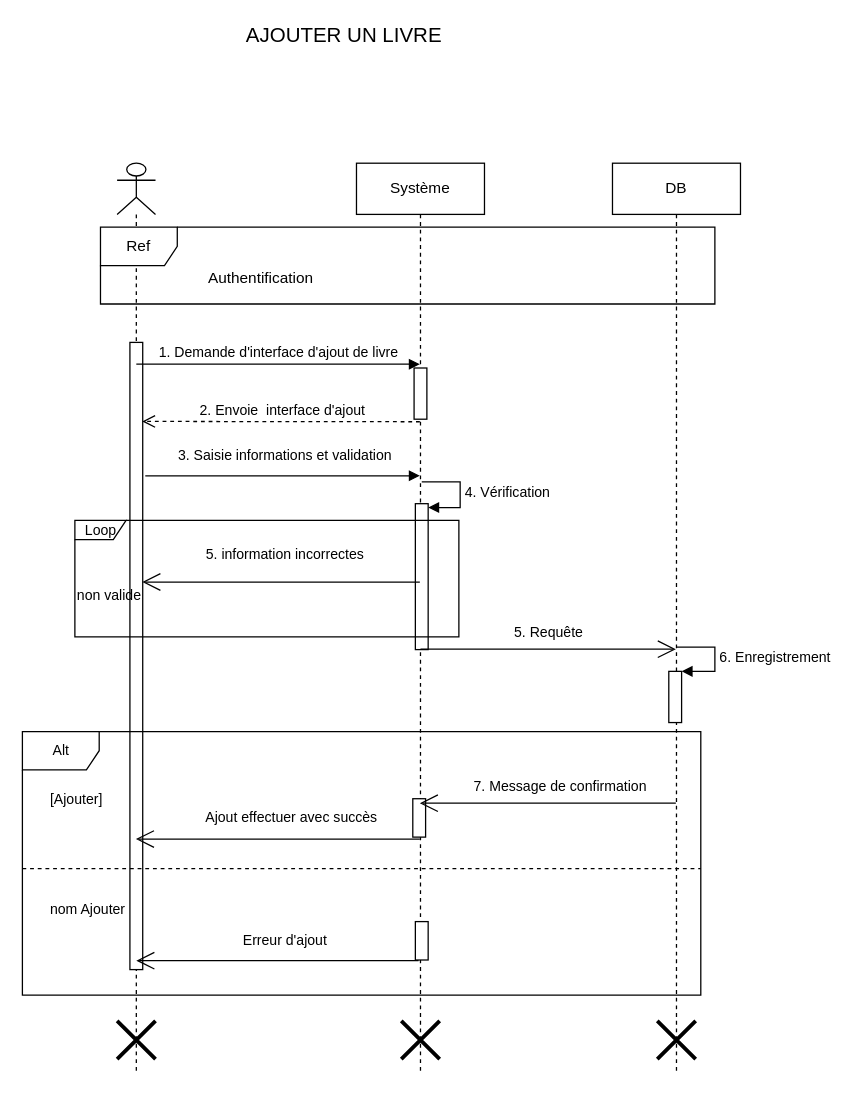
Before: page "Ajouter de livres" (9 of 17) of Untitled Diagram.drawio in keidy001/virtual-biblio, a draw.io diagram. Source tidied: cells renumbered, new cells numbered last; positions are measured from the earlier drawing's top-left corner, leaving out a move shared by most shapes. Both pictures are drawn from the tidied source at 128%, with x=0, y=0 at pixel (22, 22).
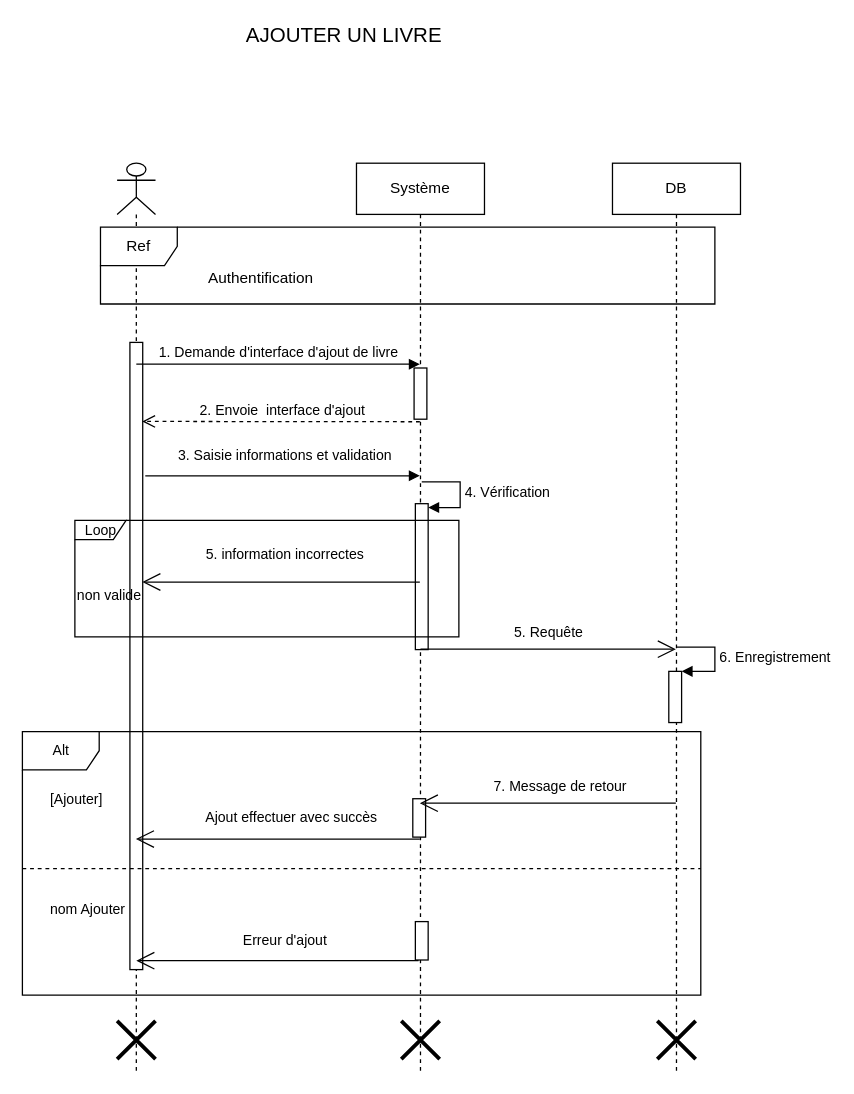
Above is the later version.

The change refers to these unchanged cells:
```xml
<mxCell id="25" value="Alt" style="shape=umlFrame;tabWidth=110;tabHeight=30;tabPosition=left;html=1;boundedLbl=1;labelInHeader=1;width=60;height=30;fontSize=11;" parent="1" vertex="1">
  <mxGeometry y="554" width="530" height="206" as="geometry" />
</mxCell>
```

What changed in the source:
```diff
@@
-    <mxCell id="28" value="7. Message de confirmation" style="text;html=1;align=center;verticalAlign=middle;strokeColor=none;fillColor=none;fontSize=11;" parent="25" vertex="1">
-      <mxGeometry x="345" y="32.5" width="150" height="20" as="geometry" />
+    <mxCell id="28" value="7. Message de retour" style="text;html=1;align=center;verticalAlign=middle;strokeColor=none;fillColor=none;fontSize=11;" parent="25" vertex="1">
+      <mxGeometry x="360" y="32.5" width="120" height="20" as="geometry" />
     </mxCell>
```
